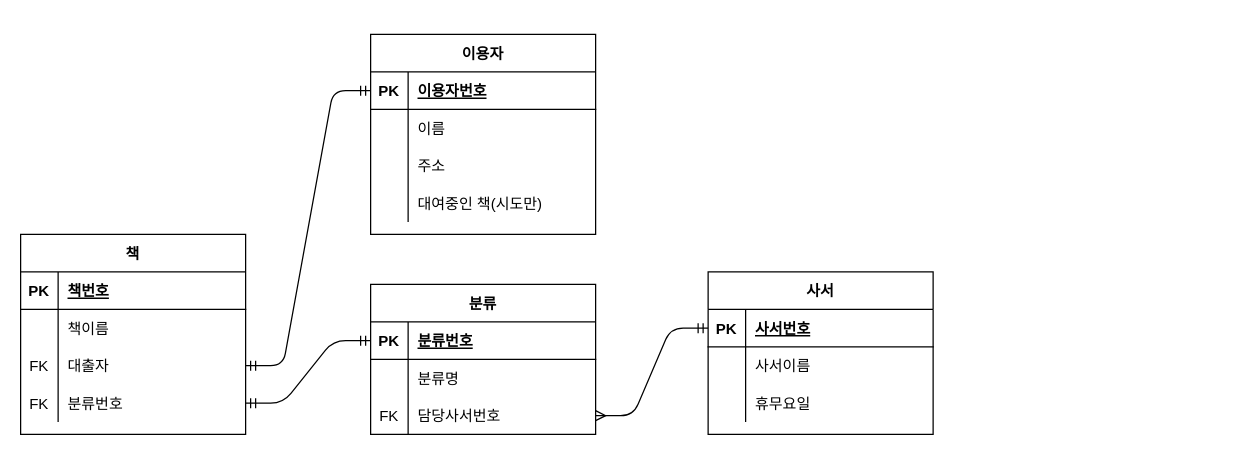
ptkeb/0823Project keeps this draw.io diagram as basic_concept.drawio. Above is the earlier version. Source tidied: cells renumbered, new cells numbered last; positions are measured from the earlier drawing's top-left corner, leaving out a move shared by most shapes. Both pictures are drawn from the tidied source at 125%, with x=0, y=0 at pixel (20, 34).
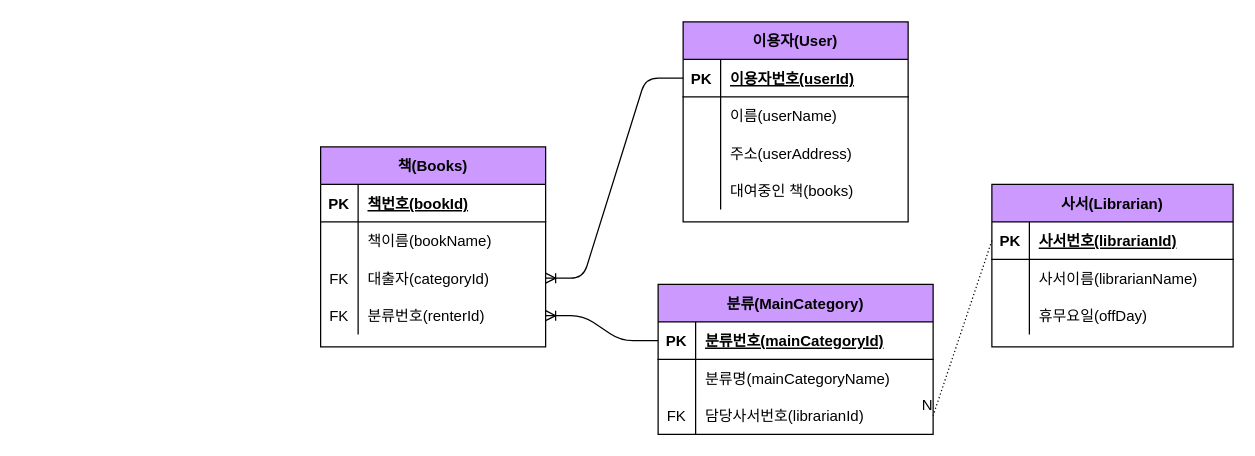
The same diagram, later.

Unchanged cells that the change refers to:
```xml
<mxCell id="3" style="shape=partialRectangle;fillColor=none;top=0;left=0;bottom=1;right=0;" parent="2" vertex="1">
  <mxGeometry y="30" width="180" height="30" as="geometry" />
</mxCell>
<mxCell id="6" style="shape=partialRectangle;fillColor=none;top=0;left=0;bottom=0;right=0;" parent="2" vertex="1">
  <mxGeometry y="60" width="180" height="30" as="geometry" />
</mxCell>
<mxCell id="9" style="shape=partialRectangle;fillColor=none;top=0;left=0;bottom=0;right=0;points=[[0,0.5],[1,0.5]];portConstraint=eastwest;" parent="2" vertex="1">
  <mxGeometry y="90" width="180" height="30" as="geometry" />
</mxCell>
<mxCell id="12" style="shape=partialRectangle;fillColor=none;top=0;left=0;bottom=0;right=0;points=[[0,0.5],[1,0.5]];portConstraint=eastwest;" parent="2" vertex="1">
  <mxGeometry y="120" width="180" height="30" as="geometry" />
</mxCell>
<mxCell id="36" style="shape=partialRectangle;fillColor=none;top=0;left=0;bottom=1;right=0;points=[[0,0.5],[1,0.5]];portConstraint=eastwest;" parent="35" vertex="1">
  <mxGeometry y="30" width="180" height="30" as="geometry" />
</mxCell>
<mxCell id="39" style="shape=partialRectangle;fillColor=none;top=0;left=0;bottom=0;right=0;" parent="35" vertex="1">
  <mxGeometry y="60" width="180" height="30" as="geometry" />
</mxCell>
<mxCell id="42" style="shape=partialRectangle;fillColor=none;top=0;left=0;bottom=0;right=0;" parent="35" vertex="1">
  <mxGeometry y="90" width="180" height="30" as="geometry" />
</mxCell>
<mxCell id="45" style="shape=partialRectangle;fillColor=none;top=0;left=0;bottom=0;right=0;" parent="35" vertex="1">
  <mxGeometry y="120" width="180" height="30" as="geometry" />
</mxCell>
```

Diff of the diagram source:
```diff
@@
-    <mxCell id="2" value="책" style="shape=table;startSize=30;childLayout=tableLayout;rowLines=0;fontStyle=1;align=center;" parent="1" vertex="1">
-      <mxGeometry y="160" width="180" height="160" as="geometry" />
+    <mxCell id="2" value="책(Books)" style="shape=table;startSize=30;childLayout=tableLayout;rowLines=0;fontStyle=1;align=center;fillColor=#CC99FF;" parent="1" vertex="1">
+      <mxGeometry x="240" y="90" width="180" height="160" as="geometry" />
     </mxCell>
@@
-    <mxCell id="5" value="책번호" style="shape=partialRectangle;fillColor=none;top=0;left=0;bottom=0;right=0;align=left;spacingLeft=6;fontStyle=5;overflow=hidden;" parent="3" vertex="1">
+    <mxCell id="5" value="책번호(bookId)" style="shape=partialRectangle;fillColor=none;top=0;left=0;bottom=0;right=0;align=left;spacingLeft=6;fontStyle=5;overflow=hidden;" parent="3" vertex="1">
       <mxGeometry x="30" width="150" height="30" as="geometry" />
     </mxCell>
@@
-    <mxCell id="8" value="책이름" style="shape=partialRectangle;fillColor=none;top=0;left=0;bottom=0;right=0;align=left;spacingLeft=6;overflow=hidden;" parent="6" vertex="1">
+    <mxCell id="8" value="책이름(bookName)" style="shape=partialRectangle;fillColor=none;top=0;left=0;bottom=0;right=0;align=left;spacingLeft=6;overflow=hidden;" parent="6" vertex="1">
       <mxGeometry x="30" width="150" height="30" as="geometry" />
     </mxCell>
@@
-    <mxCell id="11" value="대출자" style="shape=partialRectangle;fillColor=none;top=0;left=0;bottom=0;right=0;align=left;spacingLeft=6;overflow=hidden;" parent="9" vertex="1">
+    <mxCell id="11" value="대출자(categoryId)" style="shape=partialRectangle;fillColor=none;top=0;left=0;bottom=0;right=0;align=left;spacingLeft=6;overflow=hidden;" parent="9" vertex="1">
       <mxGeometry x="30" width="150" height="30" as="geometry" />
     </mxCell>
@@
-    <mxCell id="14" value="분류번호" style="shape=partialRectangle;fillColor=none;top=0;left=0;bottom=0;right=0;align=left;spacingLeft=6;overflow=hidden;" parent="12" vertex="1">
+    <mxCell id="14" value="분류번호(renterId)" style="shape=partialRectangle;fillColor=none;top=0;left=0;bottom=0;right=0;align=left;spacingLeft=6;overflow=hidden;" parent="12" vertex="1">
       <mxGeometry x="30" width="150" height="30" as="geometry" />
     </mxCell>
-    <mxCell id="15" value="분류" style="shape=table;startSize=30;childLayout=tableLayout;rowLines=0;fontStyle=1;align=center;" parent="1" vertex="1">
-      <mxGeometry x="280" y="200" width="180" height="120" as="geometry" />
+    <mxCell id="15" value="분류(MainCategory)" style="shape=table;startSize=30;childLayout=tableLayout;rowLines=0;fontStyle=1;align=center;fillColor=#CC99FF;" parent="1" vertex="1">
+      <mxGeometry x="510" y="200" width="220" height="120" as="geometry" />
     </mxCell>
     <mxCell id="16" style="shape=partialRectangle;fillColor=none;top=0;left=0;bottom=1;right=0;points=[[0,0.5],[1,0.5]];portConstraint=eastwest;" parent="15" vertex="1">
-      <mxGeometry y="30" width="180" height="30" as="geometry" />
+      <mxGeometry y="30" width="220" height="30" as="geometry" />
     </mxCell>
@@
-    <mxCell id="18" value="분류번호" style="shape=partialRectangle;fillColor=none;top=0;left=0;bottom=0;right=0;align=left;spacingLeft=6;fontStyle=5;overflow=hidden;" parent="16" vertex="1">
-      <mxGeometry x="30" width="150" height="30" as="geometry" />
+    <mxCell id="18" value="분류번호(mainCategoryId)" style="shape=partialRectangle;fillColor=none;top=0;left=0;bottom=0;right=0;align=left;spacingLeft=6;fontStyle=5;overflow=hidden;" parent="16" vertex="1">
+      <mxGeometry x="30" width="190" height="30" as="geometry" />
     </mxCell>
     <mxCell id="19" style="shape=partialRectangle;fillColor=none;top=0;left=0;bottom=0;right=0;" parent="15" vertex="1">
-      <mxGeometry y="60" width="180" height="30" as="geometry" />
+      <mxGeometry y="60" width="220" height="30" as="geometry" />
     </mxCell>
@@
-    <mxCell id="21" value="분류명" style="shape=partialRectangle;fillColor=none;top=0;left=0;bottom=0;right=0;align=left;spacingLeft=6;overflow=hidden;" parent="19" vertex="1">
-      <mxGeometry x="30" width="150" height="30" as="geometry" />
+    <mxCell id="21" value="분류명(mainCategoryName)" style="shape=partialRectangle;fillColor=none;top=0;left=0;bottom=0;right=0;align=left;spacingLeft=6;overflow=hidden;" parent="19" vertex="1">
+      <mxGeometry x="30" width="190" height="30" as="geometry" />
     </mxCell>
     <mxCell id="22" style="shape=partialRectangle;fillColor=none;top=0;left=0;bottom=0;right=0;points=[[0,0.5],[1,0.5]];portConstraint=eastwest;" parent="15" vertex="1">
-      <mxGeometry y="90" width="180" height="30" as="geometry" />
+      <mxGeometry y="90" width="220" height="30" as="geometry" />
     </mxCell>
@@
-    <mxCell id="24" value="담당사서번호" style="shape=partialRectangle;fillColor=none;top=0;left=0;bottom=0;right=0;align=left;spacingLeft=6;overflow=hidden;" parent="22" vertex="1">
-      <mxGeometry x="30" width="150" height="30" as="geometry" />
+    <mxCell id="24" value="담당사서번호(librarianId)" style="shape=partialRectangle;fillColor=none;top=0;left=0;bottom=0;right=0;align=left;spacingLeft=6;overflow=hidden;" parent="22" vertex="1">
+      <mxGeometry x="30" width="190" height="30" as="geometry" />
     </mxCell>
-    <mxCell id="25" value="사서" style="shape=table;startSize=30;childLayout=tableLayout;rowLines=0;fontStyle=1;align=center;" parent="1" vertex="1">
-      <mxGeometry x="550" y="190" width="180" height="130" as="geometry" />
+    <mxCell id="25" value="사서(Librarian)" style="shape=table;startSize=30;childLayout=tableLayout;rowLines=0;fontStyle=1;align=center;fillColor=#CC99FF;" parent="1" vertex="1">
+      <mxGeometry x="777" y="120" width="193" height="130" as="geometry" />
     </mxCell>
     <mxCell id="26" style="shape=partialRectangle;fillColor=none;top=0;left=0;bottom=1;right=0;points=[[0,0.5],[1,0.5]];portConstraint=eastwest;" parent="25" vertex="1">
-      <mxGeometry y="30" width="180" height="30" as="geometry" />
+      <mxGeometry y="30" width="193" height="30" as="geometry" />
     </mxCell>
@@
-    <mxCell id="28" value="사서번호" style="shape=partialRectangle;fillColor=none;top=0;left=0;bottom=0;right=0;align=left;spacingLeft=6;fontStyle=5;overflow=hidden;" parent="26" vertex="1">
-      <mxGeometry x="30" width="150" height="30" as="geometry" />
+    <mxCell id="28" value="사서번호(librarianId)" style="shape=partialRectangle;fillColor=none;top=0;left=0;bottom=0;right=0;align=left;spacingLeft=6;fontStyle=5;overflow=hidden;" parent="26" vertex="1">
+      <mxGeometry x="30" width="163" height="30" as="geometry" />
     </mxCell>
     <mxCell id="29" style="shape=partialRectangle;fillColor=none;top=0;left=0;bottom=0;right=0;" parent="25" vertex="1">
-      <mxGeometry y="60" width="180" height="30" as="geometry" />
+      <mxGeometry y="60" width="193" height="30" as="geometry" />
     </mxCell>
@@
-    <mxCell id="31" value="사서이름" style="shape=partialRectangle;fillColor=none;top=0;left=0;bottom=0;right=0;align=left;spacingLeft=6;overflow=hidden;" parent="29" vertex="1">
-      <mxGeometry x="30" width="150" height="30" as="geometry" />
+    <mxCell id="31" value="사서이름(librarianName)" style="shape=partialRectangle;fillColor=none;top=0;left=0;bottom=0;right=0;align=left;spacingLeft=6;overflow=hidden;" parent="29" vertex="1">
+      <mxGeometry x="30" width="163" height="30" as="geometry" />
     </mxCell>
     <mxCell id="32" style="shape=partialRectangle;fillColor=none;top=0;left=0;bottom=0;right=0;" parent="25" vertex="1">
-      <mxGeometry y="90" width="180" height="30" as="geometry" />
+      <mxGeometry y="90" width="193" height="30" as="geometry" />
     </mxCell>
@@
-    <mxCell id="34" value="휴무요일" style="shape=partialRectangle;fillColor=none;top=0;left=0;bottom=0;right=0;align=left;spacingLeft=6;overflow=hidden;" parent="32" vertex="1">
-      <mxGeometry x="30" width="150" height="30" as="geometry" />
+    <mxCell id="34" value="휴무요일(offDay)" style="shape=partialRectangle;fillColor=none;top=0;left=0;bottom=0;right=0;align=left;spacingLeft=6;overflow=hidden;" parent="32" vertex="1">
+      <mxGeometry x="30" width="163" height="30" as="geometry" />
     </mxCell>
-    <mxCell id="35" value="이용자" style="shape=table;startSize=30;childLayout=tableLayout;rowLines=0;fontStyle=1;align=center;" parent="1" vertex="1">
-      <mxGeometry x="280" width="180" height="160" as="geometry" />
+    <mxCell id="35" value="이용자(User)" style="shape=table;startSize=30;childLayout=tableLayout;rowLines=0;fontStyle=1;align=center;fillColor=#CC99FF;" parent="1" vertex="1">
+      <mxGeometry x="530" y="-10" width="180" height="160" as="geometry" />
     </mxCell>
@@
-    <mxCell id="38" value="이용자번호" style="shape=partialRectangle;fillColor=none;top=0;left=0;bottom=0;right=0;align=left;spacingLeft=6;fontStyle=5;overflow=hidden;" parent="36" vertex="1">
+    <mxCell id="38" value="이용자번호(userId)" style="shape=partialRectangle;fillColor=none;top=0;left=0;bottom=0;right=0;align=left;spacingLeft=6;fontStyle=5;overflow=hidden;" parent="36" vertex="1">
       <mxGeometry x="30" width="150" height="30" as="geometry" />
     </mxCell>
@@
-    <mxCell id="41" value="이름" style="shape=partialRectangle;fillColor=none;top=0;left=0;bottom=0;right=0;align=left;spacingLeft=6;overflow=hidden;" parent="39" vertex="1">
+    <mxCell id="41" value="이름(userName)" style="shape=partialRectangle;fillColor=none;top=0;left=0;bottom=0;right=0;align=left;spacingLeft=6;overflow=hidden;" parent="39" vertex="1">
       <mxGeometry x="30" width="150" height="30" as="geometry" />
     </mxCell>
@@
-    <mxCell id="44" value="주소" style="shape=partialRectangle;fillColor=none;top=0;left=0;bottom=0;right=0;align=left;spacingLeft=6;overflow=hidden;" parent="42" vertex="1">
+    <mxCell id="44" value="주소(userAddress)" style="shape=partialRectangle;fillColor=none;top=0;left=0;bottom=0;right=0;align=left;spacingLeft=6;overflow=hidden;" parent="42" vertex="1">
       <mxGeometry x="30" width="150" height="30" as="geometry" />
     </mxCell>
@@
-    <mxCell id="47" value="대여중인 책(시도만)" style="shape=partialRectangle;fillColor=none;top=0;left=0;bottom=0;right=0;align=left;spacingLeft=6;overflow=hidden;" parent="45" vertex="1">
+    <mxCell id="47" value="대여중인 책(books)" style="shape=partialRectangle;fillColor=none;top=0;left=0;bottom=0;right=0;align=left;spacingLeft=6;overflow=hidden;" parent="45" vertex="1">
       <mxGeometry x="30" width="150" height="30" as="geometry" />
     </mxCell>
@@
-    <mxCell id="49" style="edgeStyle=entityRelationEdgeStyle;fontSize=12;html=1;endArrow=ERmandOne;exitX=1;exitY=0.5;exitDx=0;exitDy=0;entryX=0;entryY=0.5;entryDx=0;entryDy=0;endFill=0;startArrow=ERmandOne;startFill=0;" parent="1" edge="1" source="12" target="16">
-      <mxGeometry relative="1" as="geometry" />
-    </mxCell>
-    <mxCell id="50" style="edgeStyle=entityRelationEdgeStyle;fontSize=12;html=1;endArrow=ERmandOne;startArrow=ERmany;exitX=1;exitY=0.5;exitDx=0;exitDy=0;startFill=0;" parent="1" edge="1" source="22" target="26">
-      <mxGeometry relative="1" as="geometry" />
-    </mxCell>
+    <mxCell id="52" style="edgeStyle=entityRelationEdgeStyle;fontSize=12;html=1;endArrow=ERoneToMany;entryX=1;entryY=0.5;entryDx=0;entryDy=0;" parent="1" edge="1" source="16" target="12">
+      <mxGeometry relative="1" as="geometry" />
+    </mxCell>
-    <mxCell id="51" style="edgeStyle=entityRelationEdgeStyle;fontSize=12;html=1;endArrow=ERmandOne;startArrow=ERmandOne;entryX=1;entryY=0.5;entryDx=0;entryDy=0;exitX=0;exitY=0.5;exitDx=0;exitDy=0;" parent="1" edge="1" source="36" target="9">
+    <mxCell id="51" style="edgeStyle=entityRelationEdgeStyle;fontSize=12;html=1;endArrow=ERoneToMany;exitX=0;exitY=0.5;exitDx=0;exitDy=0;entryX=1;entryY=0.5;entryDx=0;entryDy=0;" parent="1" edge="1" source="36" target="9">
       <mxGeometry relative="1" as="geometry" />
     </mxCell>
+    <mxCell id="53" style="endArrow=none;html=1;rounded=0;dashed=1;dashPattern=1 2;exitX=0;exitY=0.5;exitDx=0;exitDy=0;entryX=1;entryY=0.5;entryDx=0;entryDy=0;" parent="1" edge="1" source="26" target="22">
+      <mxGeometry relative="1" as="geometry" />
+    </mxCell>
+    <mxCell id="54" value="N" style="html=1;align=right;verticalAlign=bottom;" parent="53" vertex="1">
+      <mxGeometry x="1" relative="1" as="geometry" />
+    </mxCell>
```
